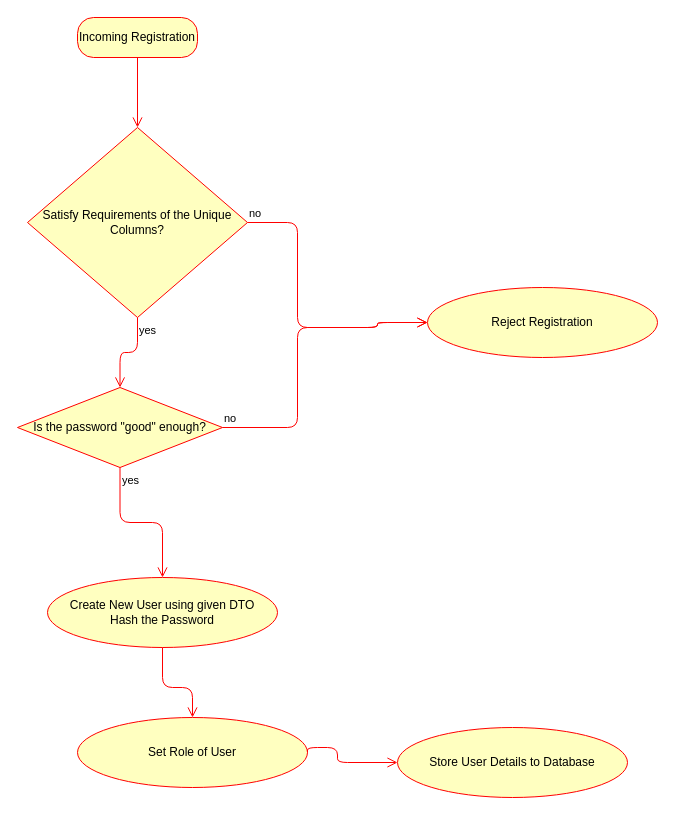
Before: User Registration Flowchart.drawio in khwongbf/FYP-CodeBase, a draw.io diagram. Source tidied: cells renumbered, new cells numbered last; positions are measured from the earlier drawing's top-left corner, leaving out a move shared by most shapes. Both pictures are drawn from the tidied source at 100%, with x=0, y=0 at pixel (17, 17).
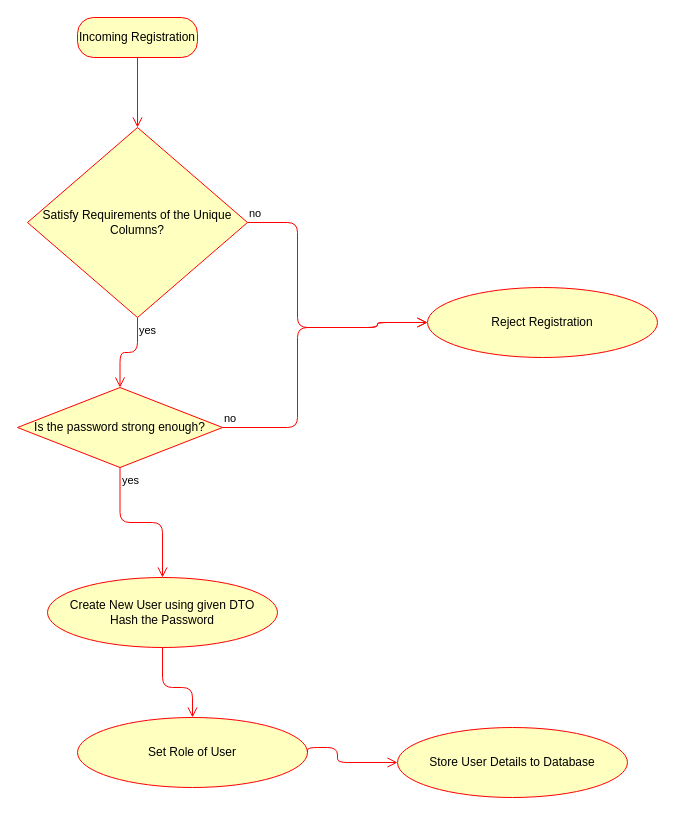
The same page after the edit.

Change to the diagram source:
```diff
@@
-    <mxCell id="5" value="Is the password &quot;good&quot; enough?" style="rhombus;whiteSpace=wrap;html=1;fillColor=#ffffc0;strokeColor=#ff0000;" parent="1" vertex="1">
+    <mxCell id="5" value="Is the password strong enough?" style="rhombus;whiteSpace=wrap;html=1;fillColor=#ffffc0;strokeColor=#ff0000;" parent="1" vertex="1">
       <mxGeometry y="370" width="205" height="80" as="geometry" />
     </mxCell>
```
